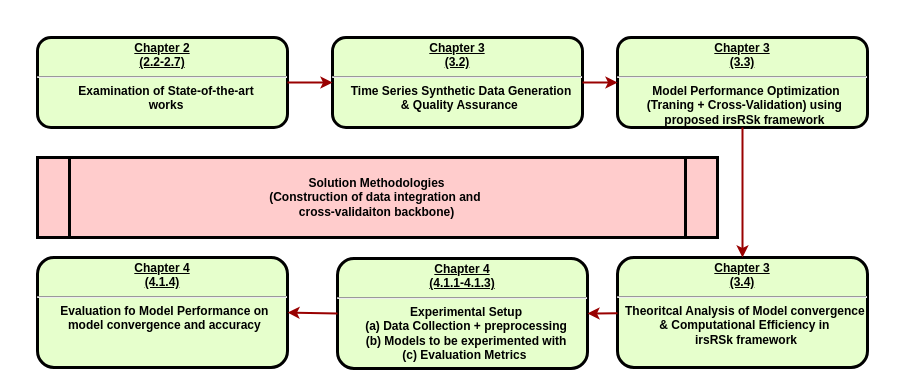
The draw.io diagram page "Page-3" (3 of 3) of paper/pTGAN Architecture.drawio in jahidul-arafat/optimizing_model_accuracy_with_synthetic_data, before the edit. Source tidied: cells renumbered, new cells numbered last; positions are measured from the earlier drawing's top-left corner, leaving out a move shared by most shapes. Both pictures are drawn from the tidied source at 100%, with x=0, y=0 at pixel (37, 37).
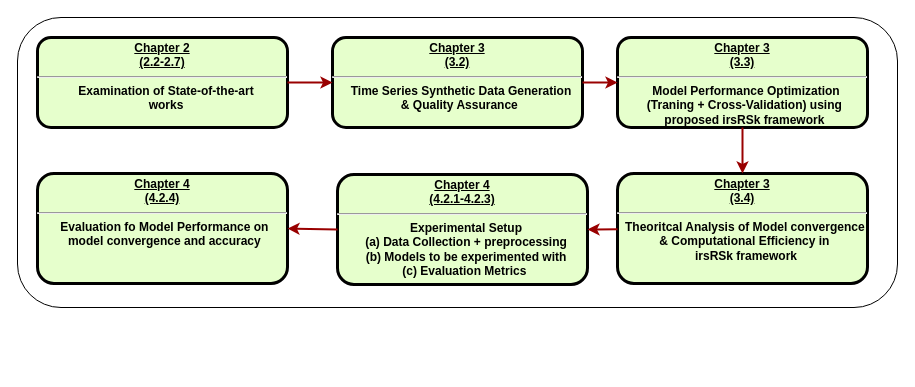
The same diagram, later.

The edit, as a diff of the source:
```diff
@@
 <mxGraphModel>
   <root>
     <mxCell id="0" />
     <mxCell id="1" parent="0" />
     <mxCell id="2" value="&lt;p style=&quot;margin: 0px; margin-top: 4px; text-align: center; text-decoration: underline;&quot;&gt;&lt;strong&gt;Chapter 2&lt;br&gt;(2.2-2.7)&lt;/strong&gt;&lt;/p&gt;&lt;hr&gt;&lt;p style=&quot;margin: 0px; margin-left: 8px;&quot;&gt;Examination of&amp;nbsp;&lt;span style=&quot;background-color: initial;&quot;&gt;State-of-the-art&lt;/span&gt;&lt;/p&gt;&lt;p style=&quot;margin: 0px; margin-left: 8px;&quot;&gt;works&lt;/p&gt;" style="verticalAlign=middle;align=center;overflow=fill;fontSize=12;fontFamily=Helvetica;html=1;rounded=1;fontStyle=1;strokeWidth=3;fillColor=#E6FFCC;" parent="1" vertex="1">
       <mxGeometry width="250" height="90" as="geometry" />
     </mxCell>
     <mxCell id="3" value="&lt;p style=&quot;margin: 0px; margin-top: 4px; text-align: center; text-decoration: underline;&quot;&gt;&lt;strong&gt;Chapter 3&lt;br&gt;(3.2)&lt;/strong&gt;&lt;/p&gt;&lt;hr&gt;&lt;p style=&quot;margin: 0px; margin-left: 8px;&quot;&gt;Time Series Synthetic Data Generation&lt;/p&gt;&lt;p style=&quot;margin: 0px; margin-left: 8px;&quot;&gt;&amp;amp; Quality Assurance&amp;nbsp;&lt;/p&gt;" style="verticalAlign=middle;align=center;overflow=fill;fontSize=12;fontFamily=Helvetica;html=1;rounded=1;fontStyle=1;strokeWidth=3;fillColor=#E6FFCC;" parent="1" vertex="1">
       <mxGeometry x="295" width="250" height="90" as="geometry" />
     </mxCell>
     <mxCell id="4" value="&lt;p style=&quot;margin: 0px; margin-top: 4px; text-align: center; text-decoration: underline;&quot;&gt;&lt;strong&gt;Chapter 3&lt;br&gt;(3.3)&lt;/strong&gt;&lt;/p&gt;&lt;hr&gt;&lt;p style=&quot;margin: 0px; margin-left: 8px;&quot;&gt;Model Performance Optimization&lt;/p&gt;&lt;p style=&quot;margin: 0px; margin-left: 8px;&quot;&gt;(Traning + Cross-Validation) using&amp;nbsp;&lt;/p&gt;&lt;p style=&quot;margin: 0px; margin-left: 8px;&quot;&gt;proposed irsRSk framework&amp;nbsp;&lt;/p&gt;" style="verticalAlign=middle;align=center;overflow=fill;fontSize=12;fontFamily=Helvetica;html=1;rounded=1;fontStyle=1;strokeWidth=3;fillColor=#E6FFCC;" parent="1" vertex="1">
       <mxGeometry x="580" width="250" height="90" as="geometry" />
     </mxCell>
     <mxCell id="5" value="&lt;p style=&quot;margin: 0px; margin-top: 4px; text-align: center; text-decoration: underline;&quot;&gt;&lt;strong&gt;Chapter 3&lt;br&gt;(3.4)&lt;/strong&gt;&lt;/p&gt;&lt;hr&gt;&lt;p style=&quot;margin: 0px; margin-left: 8px;&quot;&gt;Theoritcal Analysis of Model convergence&amp;nbsp;&lt;/p&gt;&lt;p style=&quot;margin: 0px; margin-left: 8px;&quot;&gt;&amp;amp; Computational Efficiency in&amp;nbsp;&lt;/p&gt;&lt;p style=&quot;margin: 0px; margin-left: 8px;&quot;&gt;irsRSk framework&lt;/p&gt;" style="verticalAlign=middle;align=center;overflow=fill;fontSize=12;fontFamily=Helvetica;html=1;rounded=1;fontStyle=1;strokeWidth=3;fillColor=#E6FFCC;" parent="1" vertex="1">
-      <mxGeometry x="580" y="220" width="250" height="110" as="geometry" />
+      <mxGeometry x="580" y="136" width="250" height="110" as="geometry" />
     </mxCell>
-    <mxCell id="6" value="&lt;p style=&quot;margin: 0px; margin-top: 4px; text-align: center; text-decoration: underline;&quot;&gt;&lt;strong&gt;Chapter 4&lt;br&gt;(4.1.1-4.1.3)&lt;/strong&gt;&lt;/p&gt;&lt;hr&gt;&lt;p style=&quot;margin: 0px; margin-left: 8px;&quot;&gt;Experimental Setup&lt;/p&gt;&lt;p style=&quot;margin: 0px; margin-left: 8px;&quot;&gt;(a) Data Collection + preprocessing&lt;/p&gt;&lt;p style=&quot;margin: 0px; margin-left: 8px;&quot;&gt;(b) Models to be experimented with&lt;/p&gt;&lt;p style=&quot;margin: 0px; margin-left: 8px;&quot;&gt;(c) Evaluation Metrics&amp;nbsp;&lt;/p&gt;" style="verticalAlign=middle;align=center;overflow=fill;fontSize=12;fontFamily=Helvetica;html=1;rounded=1;fontStyle=1;strokeWidth=3;fillColor=#E6FFCC;" parent="1" vertex="1">
-      <mxGeometry x="300" y="221" width="250" height="110" as="geometry" />
+    <mxCell id="6" value="&lt;p style=&quot;margin: 0px; margin-top: 4px; text-align: center; text-decoration: underline;&quot;&gt;&lt;strong&gt;Chapter 4&lt;br&gt;(4.2.1-4.2.3)&lt;/strong&gt;&lt;/p&gt;&lt;hr&gt;&lt;p style=&quot;margin: 0px; margin-left: 8px;&quot;&gt;Experimental Setup&lt;/p&gt;&lt;p style=&quot;margin: 0px; margin-left: 8px;&quot;&gt;(a) Data Collection + preprocessing&lt;/p&gt;&lt;p style=&quot;margin: 0px; margin-left: 8px;&quot;&gt;(b) Models to be experimented with&lt;/p&gt;&lt;p style=&quot;margin: 0px; margin-left: 8px;&quot;&gt;(c) Evaluation Metrics&amp;nbsp;&lt;/p&gt;" style="verticalAlign=middle;align=center;overflow=fill;fontSize=12;fontFamily=Helvetica;html=1;rounded=1;fontStyle=1;strokeWidth=3;fillColor=#E6FFCC;" parent="1" vertex="1">
+      <mxGeometry x="300" y="137" width="250" height="110" as="geometry" />
     </mxCell>
-    <mxCell id="7" value="&lt;p style=&quot;margin: 0px; margin-top: 4px; text-align: center; text-decoration: underline;&quot;&gt;&lt;strong&gt;Chapter 4&lt;br&gt;(4.1.4)&lt;/strong&gt;&lt;/p&gt;&lt;hr&gt;&lt;p style=&quot;margin: 0px; margin-left: 8px;&quot;&gt;&lt;span style=&quot;background-color: initial;&quot;&gt;Evaluation fo Model Performance on&amp;nbsp;&lt;/span&gt;&lt;/p&gt;&lt;p style=&quot;margin: 0px; margin-left: 8px;&quot;&gt;&lt;span style=&quot;background-color: initial;&quot;&gt;model convergence and accuracy&amp;nbsp;&lt;/span&gt;&lt;br&gt;&lt;/p&gt;" style="verticalAlign=middle;align=center;overflow=fill;fontSize=12;fontFamily=Helvetica;html=1;rounded=1;fontStyle=1;strokeWidth=3;fillColor=#E6FFCC;" parent="1" vertex="1">
-      <mxGeometry y="220" width="250" height="110" as="geometry" />
+    <mxCell id="7" value="&lt;p style=&quot;margin: 0px; margin-top: 4px; text-align: center; text-decoration: underline;&quot;&gt;&lt;strong&gt;Chapter 4&lt;br&gt;(4.2.4)&lt;/strong&gt;&lt;/p&gt;&lt;hr&gt;&lt;p style=&quot;margin: 0px; margin-left: 8px;&quot;&gt;&lt;span style=&quot;background-color: initial;&quot;&gt;Evaluation fo Model Performance on&amp;nbsp;&lt;/span&gt;&lt;/p&gt;&lt;p style=&quot;margin: 0px; margin-left: 8px;&quot;&gt;&lt;span style=&quot;background-color: initial;&quot;&gt;model convergence and accuracy&amp;nbsp;&lt;/span&gt;&lt;br&gt;&lt;/p&gt;" style="verticalAlign=middle;align=center;overflow=fill;fontSize=12;fontFamily=Helvetica;html=1;rounded=1;fontStyle=1;strokeWidth=3;fillColor=#E6FFCC;" parent="1" vertex="1">
+      <mxGeometry y="136" width="250" height="110" as="geometry" />
     </mxCell>
     <mxCell id="8" style="edgeStyle=none;noEdgeStyle=1;strokeColor=#990000;strokeWidth=2;entryX=0;entryY=0.5;entryDx=0;entryDy=0;exitX=1;exitY=0.5;exitDx=0;exitDy=0;" parent="1" edge="1" source="2" target="3">
       <mxGeometry relative="1" as="geometry" />
     </mxCell>
     <mxCell id="9" style="edgeStyle=none;noEdgeStyle=1;strokeColor=#990000;strokeWidth=2;exitX=1;exitY=0.5;exitDx=0;exitDy=0;" parent="1" edge="1" source="3">
       <mxGeometry relative="1" as="geometry">
         <mxPoint x="580" y="45" as="targetPoint" />
       </mxGeometry>
     </mxCell>
     <mxCell id="10" style="edgeStyle=none;noEdgeStyle=1;strokeColor=#990000;strokeWidth=2;entryX=0.5;entryY=0;entryDx=0;entryDy=0;exitX=0.5;exitY=1;exitDx=0;exitDy=0;" parent="1" edge="1" source="4" target="5">
       <mxGeometry relative="1" as="geometry" />
     </mxCell>
-    <mxCell id="11" value="Solution Methodologies&#10;(Construction of data integration and &#10;cross-validaiton backbone)" style="shape=process;whiteSpace=wrap;align=center;verticalAlign=middle;size=0.0475;fontStyle=1;strokeWidth=3;fillColor=#FFCCCC;" parent="1" vertex="1">
-      <mxGeometry y="120" width="680" height="80" as="geometry" />
-    </mxCell>
     <mxCell id="12" style="edgeStyle=none;noEdgeStyle=1;strokeColor=#990000;strokeWidth=2;entryX=1;entryY=0.5;entryDx=0;entryDy=0;" parent="1" edge="1" source="5" target="6">
       <mxGeometry relative="1" as="geometry" />
     </mxCell>
     <mxCell id="13" style="edgeStyle=none;noEdgeStyle=1;strokeColor=#990000;strokeWidth=2;exitX=0;exitY=0.5;exitDx=0;exitDy=0;" parent="1" edge="1" source="6">
       <mxGeometry relative="1" as="geometry">
-        <mxPoint x="250" y="275" as="targetPoint" />
+        <mxPoint x="250" y="191" as="targetPoint" />
       </mxGeometry>
     </mxCell>
+    <mxCell id="14" style="rounded=1;whiteSpace=wrap;html=1;fillColor=none;" parent="1" vertex="1">
+      <mxGeometry x="-20" y="-20" width="880" height="290" as="geometry" />
+    </mxCell>
   </root>
 </mxGraphModel>
```
